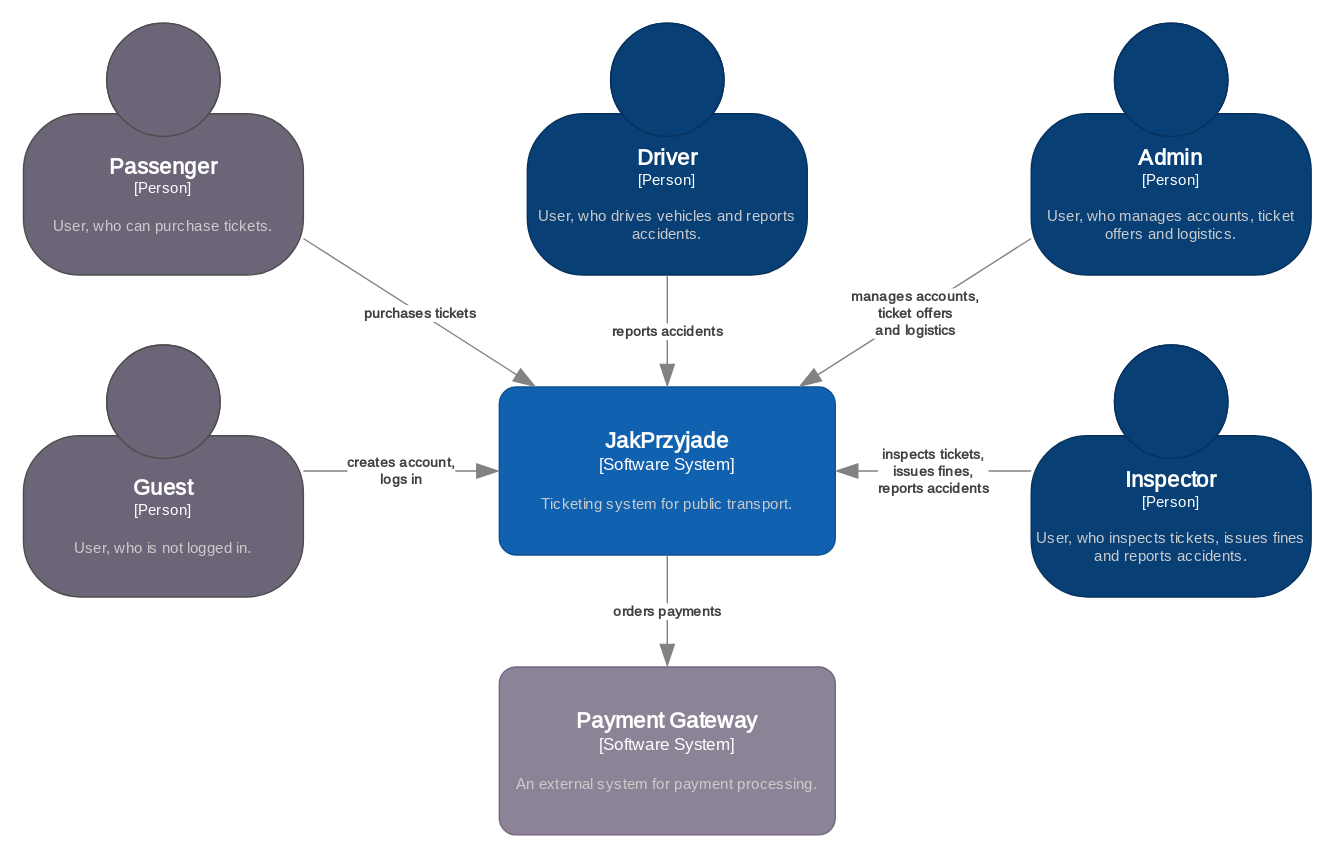
This is documentation/course/e2/images/system-context-diagram.drawio.svg from PWR-ACS-SE-24/SoftwareSystemDesign, a draw.io export, as it was before one commit. Source tidied: cells renumbered, new cells last; positions are measured from the earlier drawing's top-left corner, leaving out a move shared by most shapes.
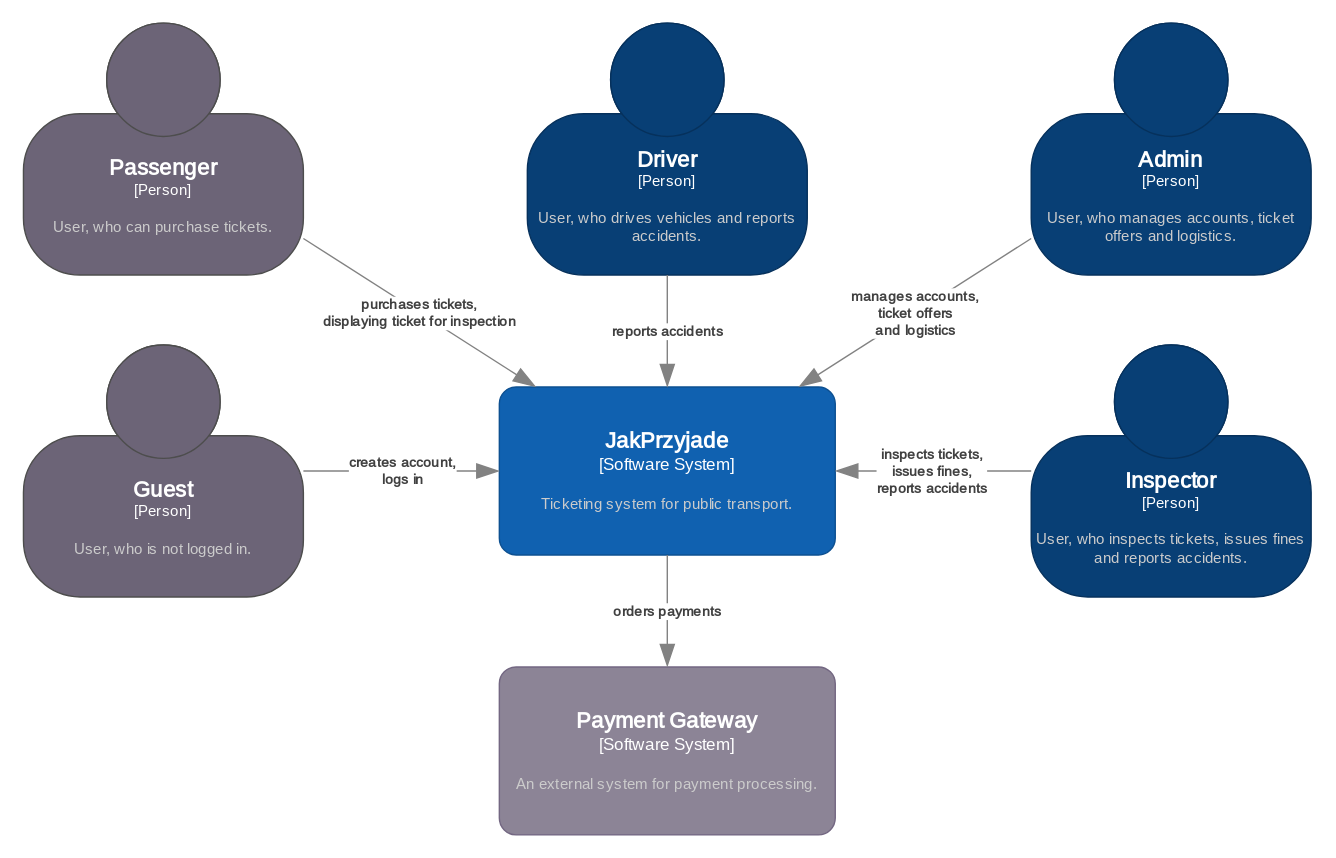
The same file after the commit.

Commit message:
update system context diagram

What changed in the source:
```diff
@@ -27,7 +27,7 @@
         <mxGeometry x="340" y="260" width="240" height="120" as="geometry" />
       </mxCell>
     </object>
-    <object id="7" label="&lt;div style=&quot;text-align: left&quot;&gt;&lt;div style=&quot;text-align: center&quot;&gt;&lt;b&gt;%c4Description%&lt;/b&gt;&lt;/div&gt;&lt;/div&gt;" c4Description="purchases tickets" c4Type="Relationship" placeholders="1">
+    <object id="7" label="&lt;div style=&quot;text-align: left&quot;&gt;&lt;div style=&quot;text-align: center&quot;&gt;&lt;b&gt;%c4Description%&lt;/b&gt;&lt;/div&gt;&lt;/div&gt;" c4Description="purchases tickets,&#10;displaying ticket for inspection" c4Type="Relationship" placeholders="1">
       <mxCell style="endArrow=blockThin;html=1;fontSize=10;fontColor=#404040;strokeWidth=1;endFill=1;strokeColor=#828282;elbow=vertical;endSize=14;startSize=14;jumpStyle=arc;jumpSize=16;rounded=0;fontFamily=JetBrains Mono;fontSource=https%3A%2F%2Ffonts.googleapis.com%2Fcss%3Ffamily%3DJetBrains%2BMono;" parent="1" edge="1" source="5" target="6">
         <mxGeometry relative="1" as="geometry" />
       </mxCell>
```
